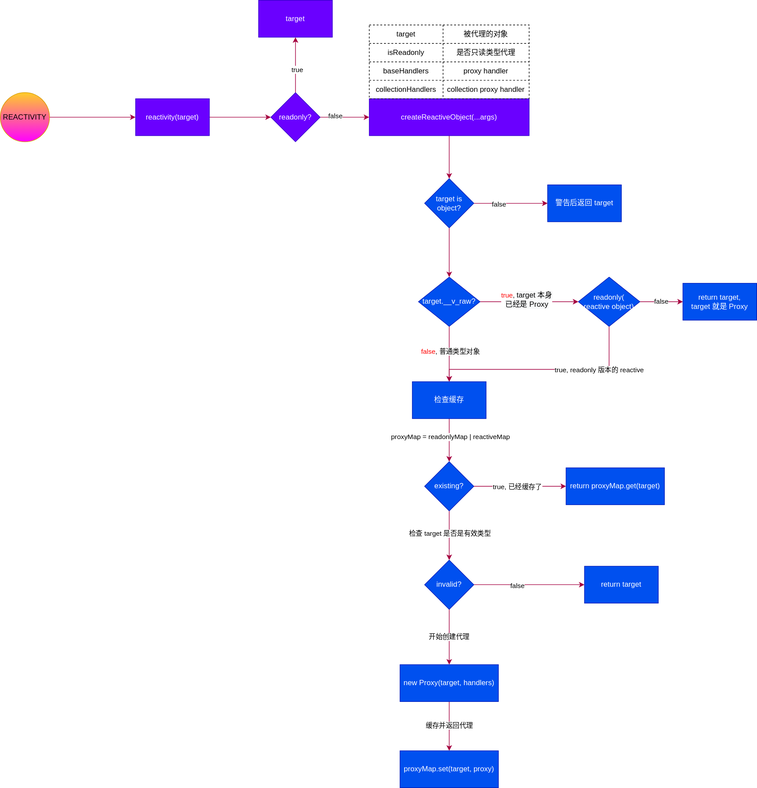
The draw.io diagram static/img/vue3/reactivity/reactivity.svg in gcclll/cheng92.com, before a commit. Source tidied: cells renumbered, new cells last; positions are measured from the earlier drawing's top-left corner, leaving out a move shared by most shapes.
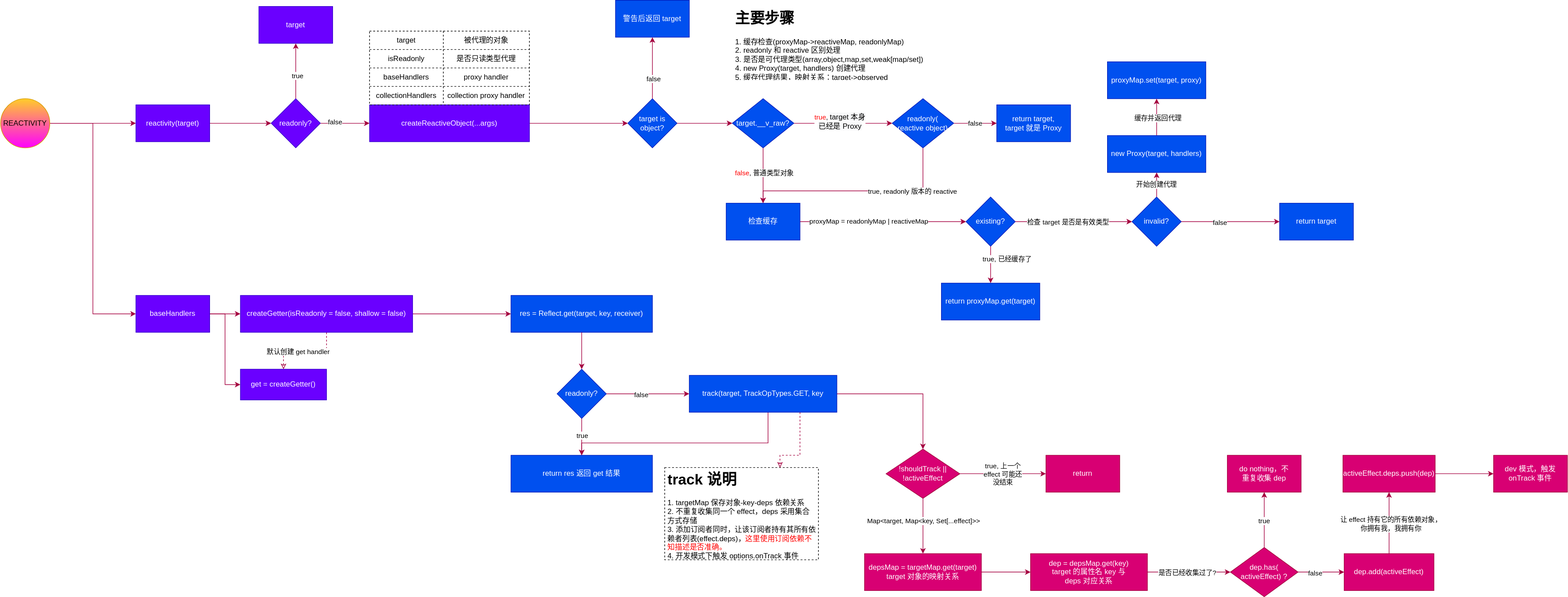
Later version of the same file.

Diff of the diagram source:
```diff
@@ -1,10 +1,13 @@
-<mxGraphModel>
+<mxGraphModel background="#ffffff">
   <root>
     <mxCell id="0" />
     <mxCell id="1" parent="0" />
     <mxCell id="2" style="edgeStyle=orthogonalEdgeStyle;rounded=0;jettySize=auto;html=1;fillColor=#d80073;strokeColor=#A50040;" parent="1" edge="1" source="3" target="5">
       <mxGeometry relative="1" as="geometry" />
     </mxCell>
+    <mxCell id="60" style="edgeStyle=orthogonalEdgeStyle;rounded=0;jettySize=auto;html=1;exitX=1;exitY=0.5;exitDx=0;exitDy=0;entryX=0;entryY=0.5;entryDx=0;entryDy=0;strokeColor=#A50040;fillColor=#d80073;" parent="1" edge="1" source="3" target="63">
+      <mxGeometry relative="1" as="geometry" />
+    </mxCell>
     <mxCell id="3" value="REACTIVITY" style="ellipse;whiteSpace=wrap;html=1;fillColor=#ffcd28;strokeColor=#d79b00;gradientColor=#FF00FF;" parent="1" vertex="1">
       <mxGeometry y="150" width="80" height="80" as="geometry" />
     </mxCell>
@@ -14,6 +17,15 @@
     <mxCell id="5" value="reactivity(target)" style="whiteSpace=wrap;html=1;strokeColor=#3700CC;fillColor=#6a00ff;fontColor=#ffffff;" parent="1" vertex="1">
       <mxGeometry x="220" y="160" width="120" height="60" as="geometry" />
     </mxCell>
+    <mxCell id="61" style="edgeStyle=orthogonalEdgeStyle;rounded=0;jettySize=auto;html=1;strokeColor=#A50040;fillColor=#d80073;" parent="1" edge="1" source="63" target="68">
+      <mxGeometry relative="1" as="geometry" />
+    </mxCell>
+    <mxCell id="62" style="edgeStyle=orthogonalEdgeStyle;rounded=0;jettySize=auto;html=1;exitX=1;exitY=0.5;exitDx=0;exitDy=0;entryX=0;entryY=0.5;entryDx=0;entryDy=0;strokeColor=#A50040;fillColor=#d80073;" parent="1" edge="1" source="63" target="69">
+      <mxGeometry relative="1" as="geometry" />
+    </mxCell>
+    <mxCell id="63" value="baseHandlers" style="whiteSpace=wrap;html=1;strokeColor=#3700CC;fillColor=#6a00ff;fontColor=#ffffff;" parent="1" vertex="1">
+      <mxGeometry x="220" y="470" width="120" height="60" as="geometry" />
+    </mxCell>
     <mxCell id="6" style="edgeStyle=orthogonalEdgeStyle;rounded=0;jettySize=auto;html=1;strokeColor=#A50040;fillColor=#d80073;" parent="1" edge="1" source="10" target="11">
       <mxGeometry relative="1" as="geometry" />
     </mxCell>
@@ -87,11 +99,8 @@
       <mxGeometry relative="1" as="geometry" />
     </mxCell>
     <mxCell id="30" value="target is object?" style="rhombus;whiteSpace=wrap;html=1;fontColor=#ffffff;strokeColor=#001DBC;fillColor=#0050ef;" parent="1" vertex="1">
-      <mxGeometry x="690" y="290" width="80" height="80" as="geometry" />
+      <mxGeometry x="1020" y="150" width="80" height="80" as="geometry" />
     </mxCell>
-    <mxCell id="31" value="警告后返回 target" style="whiteSpace=wrap;html=1;fontColor=#ffffff;strokeColor=#001DBC;fillColor=#0050ef;" parent="1" vertex="1">
-      <mxGeometry x="890" y="300" width="120" height="60" as="geometry" />
-    </mxCell>
     <mxCell id="32" style="edgeStyle=orthogonalEdgeStyle;rounded=0;jettySize=auto;html=1;strokeColor=#A50040;fillColor=#d80073;entryX=0;entryY=0.5;entryDx=0;entryDy=0;" parent="1" edge="1" source="36" target="40">
       <mxGeometry relative="1" as="geometry" />
     </mxCell>
@@ -105,7 +114,7 @@
       <mxGeometry x="-0.11" y="1" relative="1" as="geometry" />
     </mxCell>
     <mxCell id="36" value="target.__v_raw?" style="rhombus;whiteSpace=wrap;html=1;fontColor=#ffffff;strokeColor=#001DBC;fillColor=#0050ef;" parent="1" vertex="1">
-      <mxGeometry x="680" y="450" width="100" height="80" as="geometry" />
+      <mxGeometry x="1190" y="150" width="100" height="80" as="geometry" />
     </mxCell>
     <mxCell id="37" value="false" style="edgeStyle=orthogonalEdgeStyle;rounded=0;jettySize=auto;html=1;strokeColor=#A50040;fillColor=#d80073;" parent="1" edge="1" source="40" target="41">
       <mxGeometry relative="1" as="geometry" />
@@ -113,8 +122,8 @@
     <mxCell id="38" style="edgeStyle=orthogonalEdgeStyle;rounded=0;jettySize=auto;html=1;strokeColor=#A50040;fillColor=#d80073;" parent="1" edge="1" source="40" target="44">
       <mxGeometry relative="1" as="geometry">
         <Array as="points">
-          <mxPoint x="990" y="600" />
-          <mxPoint x="730" y="600" />
+          <mxPoint x="1500" y="300" />
+          <mxPoint x="1240" y="300" />
         </Array>
       </mxGeometry>
     </mxCell>
@@ -124,10 +133,10 @@
       </mxGeometry>
     </mxCell>
     <mxCell id="40" value="readonly(&lt;br&gt;reactive object)" style="rhombus;whiteSpace=wrap;html=1;fontColor=#ffffff;strokeColor=#001DBC;fillColor=#0050ef;" parent="1" vertex="1">
-      <mxGeometry x="940" y="450" width="100" height="80" as="geometry" />
+      <mxGeometry x="1450" y="150" width="100" height="80" as="geometry" />
     </mxCell>
     <mxCell id="41" value="return target,&lt;br&gt;target 就是 Proxy" style="whiteSpace=wrap;html=1;fontColor=#ffffff;strokeColor=#001DBC;fillColor=#0050ef;" parent="1" vertex="1">
-      <mxGeometry x="1110" y="460" width="120" height="60" as="geometry" />
+      <mxGeometry x="1620" y="160" width="120" height="60" as="geometry" />
     </mxCell>
     <mxCell id="42" style="edgeStyle=orthogonalEdgeStyle;rounded=0;jettySize=auto;html=1;strokeColor=#A50040;fillColor=#d80073;" parent="1" edge="1" source="44" target="49">
       <mxGeometry relative="1" as="geometry" />
@@ -136,7 +145,7 @@
       <mxGeometry x="-0.17" y="1" relative="1" as="geometry" />
     </mxCell>
     <mxCell id="44" value="检查缓存" style="whiteSpace=wrap;html=1;fontColor=#ffffff;strokeColor=#001DBC;fillColor=#0050ef;" parent="1" vertex="1">
-      <mxGeometry x="670" y="620" width="120" height="60" as="geometry" />
+      <mxGeometry x="1180" y="320" width="120" height="60" as="geometry" />
     </mxCell>
     <mxCell id="45" style="edgeStyle=orthogonalEdgeStyle;rounded=0;jettySize=auto;html=1;strokeColor=#A50040;fillColor=#d80073;" parent="1" edge="1" source="49" target="50">
       <mxGeometry relative="1" as="geometry" />
@@ -153,10 +162,10 @@
       <mxGeometry x="-0.1" relative="1" as="geometry" />
     </mxCell>
     <mxCell id="49" value="existing?" style="rhombus;whiteSpace=wrap;html=1;fontColor=#ffffff;strokeColor=#001DBC;fillColor=#0050ef;" parent="1" vertex="1">
-      <mxGeometry x="690" y="750" width="80" height="80" as="geometry" />
+      <mxGeometry x="1570" y="310" width="80" height="80" as="geometry" />
     </mxCell>
     <mxCell id="50" value="return proxyMap.get(target)" style="whiteSpace=wrap;html=1;fontColor=#ffffff;strokeColor=#001DBC;fillColor=#0050ef;" parent="1" vertex="1">
-      <mxGeometry x="920" y="760" width="160" height="60" as="geometry" />
+      <mxGeometry x="1530" y="450" width="160" height="60" as="geometry" />
     </mxCell>
     <mxCell id="51" style="edgeStyle=orthogonalEdgeStyle;rounded=0;jettySize=auto;html=1;strokeColor=#A50040;fillColor=#d80073;" parent="1" edge="1" source="54" target="55">
       <mxGeometry relative="1" as="geometry" />
@@ -168,10 +177,10 @@
       <mxGeometry relative="1" as="geometry" />
     </mxCell>
     <mxCell id="54" value="invalid?" style="rhombus;whiteSpace=wrap;html=1;fontColor=#ffffff;strokeColor=#001DBC;fillColor=#0050ef;" parent="1" vertex="1">
-      <mxGeometry x="690" y="910" width="80" height="80" as="geometry" />
+      <mxGeometry x="1840" y="310" width="80" height="80" as="geometry" />
     </mxCell>
     <mxCell id="55" value="return target" style="whiteSpace=wrap;html=1;fontColor=#ffffff;strokeColor=#001DBC;fillColor=#0050ef;" parent="1" vertex="1">
-      <mxGeometry x="950" y="920" width="120" height="60" as="geometry" />
+      <mxGeometry x="2080" y="320" width="120" height="60" as="geometry" />
     </mxCell>
     <mxCell id="56" style="edgeStyle=orthogonalEdgeStyle;rounded=0;jettySize=auto;html=1;strokeColor=#A50040;fillColor=#d80073;" parent="1" edge="1" source="58" target="59">
       <mxGeometry relative="1" as="geometry" />
@@ -180,10 +189,153 @@
       <mxGeometry x="-0.05" y="-1" relative="1" as="geometry" />
     </mxCell>
     <mxCell id="58" value="new Proxy(target, handlers)" style="whiteSpace=wrap;html=1;fontColor=#ffffff;strokeColor=#001DBC;fillColor=#0050ef;" parent="1" vertex="1">
-      <mxGeometry x="650" y="1080" width="160" height="60" as="geometry" />
+      <mxGeometry x="1800" y="210" width="160" height="60" as="geometry" />
     </mxCell>
     <mxCell id="59" value="proxyMap.set(target, proxy)" style="whiteSpace=wrap;html=1;fontColor=#ffffff;strokeColor=#001DBC;fillColor=#0050ef;" parent="1" vertex="1">
-      <mxGeometry x="650" y="1220" width="160" height="60" as="geometry" />
+      <mxGeometry x="1800" y="90" width="160" height="60" as="geometry" />
     </mxCell>
+    <mxCell id="31" value="警告后返回 target" style="whiteSpace=wrap;html=1;fontColor=#ffffff;strokeColor=#001DBC;fillColor=#0050ef;" parent="1" vertex="1">
+      <mxGeometry x="1000" y="-10" width="120" height="60" as="geometry" />
+    </mxCell>
+    <mxCell id="64" value="&lt;h1&gt;主要步骤&lt;/h1&gt;&lt;div&gt;1. 缓存检查(proxyMap-&amp;gt;reactiveMap, readonlyMap)&lt;br&gt;2. readonly 和 reactive 区别处理&lt;br&gt;3. 是否是可代理类型(array,object,map,set,weak[map/set])&lt;/div&gt;&lt;div&gt;4. new Proxy(target, handlers) 创建代理&lt;br&gt;5. 缓存代理结果，映射关系：target-&amp;gt;observed&lt;/div&gt;" style="text;html=1;strokeColor=none;fillColor=none;spacing=5;spacingTop=-20;whiteSpace=wrap;overflow=hidden;rounded=0;dashed=1;" parent="1" vertex="1">
+      <mxGeometry x="1190" width="320" height="120" as="geometry" />
+    </mxCell>
+    <mxCell id="65" style="edgeStyle=orthogonalEdgeStyle;rounded=0;jettySize=auto;html=1;strokeColor=#A50040;fillColor=#d80073;dashed=1;endArrow=classic;endFill=0;" parent="1" edge="1" source="68" target="69">
+      <mxGeometry relative="1" as="geometry" />
+    </mxCell>
+    <mxCell id="66" value="默认创建 get handler" style="edgeLabel;html=1;align=center;verticalAlign=middle;" parent="65" vertex="1">
+      <mxGeometry x="0.17" y="1" relative="1" as="geometry" />
+    </mxCell>
+    <mxCell id="67" style="edgeStyle=orthogonalEdgeStyle;rounded=0;jettySize=auto;html=1;endArrow=classic;endFill=1;strokeColor=#A50040;fillColor=#d80073;" parent="1" edge="1" source="68" target="72">
+      <mxGeometry relative="1" as="geometry" />
+    </mxCell>
+    <mxCell id="68" value="createGetter(isReadonly = false, shallow = false)" style="whiteSpace=wrap;html=1;fontColor=#ffffff;strokeColor=#3700CC;fillColor=#6a00ff;" parent="1" vertex="1">
+      <mxGeometry x="390" y="470" width="280" height="60" as="geometry" />
+    </mxCell>
+    <mxCell id="69" value="get = createGetter()" style="whiteSpace=wrap;html=1;fontColor=#ffffff;strokeColor=#3700CC;fillColor=#6a00ff;" parent="1" vertex="1">
+      <mxGeometry x="390" y="590" width="140" height="50" as="geometry" />
+    </mxCell>
+    <mxCell id="70" style="edgeStyle=orthogonalEdgeStyle;rounded=0;jettySize=auto;html=1;endArrow=classic;endFill=1;strokeColor=#A50040;fillColor=#d80073;" parent="1" edge="1" source="76" target="73">
+      <mxGeometry relative="1" as="geometry" />
+    </mxCell>
+    <mxCell id="71" value="true" style="edgeLabel;html=1;align=center;verticalAlign=middle;" parent="70" vertex="1">
+      <mxGeometry x="-0.1" relative="1" as="geometry" />
+    </mxCell>
+    <mxCell id="72" value="res = Reflect.get(target, key, receiver)" style="whiteSpace=wrap;html=1;fontColor=#ffffff;strokeColor=#001DBC;fillColor=#0050ef;" parent="1" vertex="1">
+      <mxGeometry x="830" y="470" width="230" height="60" as="geometry" />
+    </mxCell>
+    <mxCell id="73" value="return res 返回 get 结果" style="whiteSpace=wrap;html=1;fontColor=#ffffff;strokeColor=#001DBC;fillColor=#0050ef;" parent="1" vertex="1">
+      <mxGeometry x="830" y="730" width="230" height="60" as="geometry" />
+    </mxCell>
+    <mxCell id="74" style="edgeStyle=orthogonalEdgeStyle;rounded=0;jettySize=auto;html=1;fillColor=#d80073;strokeColor=#A50040;" parent="1" edge="1" source="76" target="81">
+      <mxGeometry relative="1" as="geometry" />
+    </mxCell>
+    <mxCell id="75" value="false" style="edgeLabel;html=1;align=center;verticalAlign=middle;" parent="74" vertex="1">
+      <mxGeometry x="-0.17" y="-1" relative="1" as="geometry" />
+    </mxCell>
+    <mxCell id="76" value="readonly?" style="rhombus;whiteSpace=wrap;html=1;fillColor=#0050ef;strokeColor=#001DBC;fontColor=#ffffff;" parent="1" vertex="1">
+      <mxGeometry x="905" y="590" width="80" height="80" as="geometry" />
+    </mxCell>
+    <mxCell id="77" style="edgeStyle=orthogonalEdgeStyle;rounded=0;jettySize=auto;html=1;endArrow=classic;endFill=1;strokeColor=#A50040;fillColor=#d80073;" parent="1" edge="1" source="72" target="76">
+      <mxGeometry relative="1" as="geometry" />
+    </mxCell>
+    <mxCell id="78" style="edgeStyle=orthogonalEdgeStyle;rounded=0;jettySize=auto;html=1;fillColor=#d80073;strokeColor=#A50040;" parent="1" edge="1" source="81" target="73">
+      <mxGeometry relative="1" as="geometry">
+        <Array as="points">
+          <mxPoint x="1248" y="710" />
+          <mxPoint x="945" y="710" />
+        </Array>
+      </mxGeometry>
+    </mxCell>
+    <mxCell id="79" style="edgeStyle=orthogonalEdgeStyle;rounded=0;jettySize=auto;html=1;endFill=1;strokeColor=#A50040;fillColor=#d80073;" parent="1" edge="1" source="81" target="86">
+      <mxGeometry relative="1" as="geometry" />
+    </mxCell>
+    <mxCell id="80" style="edgeStyle=orthogonalEdgeStyle;rounded=0;jettySize=auto;html=1;exitX=0.75;exitY=1;exitDx=0;exitDy=0;endFill=0;strokeColor=#A50040;fillColor=#d80073;dashed=1;endArrow=classic;entryX=0.75;entryY=0;entryDx=0;entryDy=0;" parent="1" edge="1" source="81" target="105">
+      <mxGeometry relative="1" as="geometry">
+        <Array as="points">
+          <mxPoint x="1300" y="730" />
+          <mxPoint x="1267" y="730" />
+        </Array>
+      </mxGeometry>
+    </mxCell>
+    <mxCell id="81" value="track(target, TrackOpTypes.GET, key" style="whiteSpace=wrap;html=1;fontColor=#ffffff;strokeColor=#001DBC;fillColor=#0050ef;" parent="1" vertex="1">
+      <mxGeometry x="1120" y="600" width="240" height="60" as="geometry" />
+    </mxCell>
+    <mxCell id="82" style="edgeStyle=orthogonalEdgeStyle;rounded=0;jettySize=auto;html=1;endFill=1;strokeColor=#A50040;fillColor=#d80073;" parent="1" edge="1" source="86" target="87">
+      <mxGeometry relative="1" as="geometry" />
+    </mxCell>
+    <mxCell id="83" value="true, 上一个&lt;br&gt;effect 可能还&lt;br&gt;没结束" style="edgeLabel;html=1;align=center;verticalAlign=middle;" parent="82" vertex="1">
+      <mxGeometry x="-0.28" y="-3" relative="1" as="geometry">
+        <mxPoint x="19" y="-3" as="offset" />
+      </mxGeometry>
+    </mxCell>
+    <mxCell id="84" style="edgeStyle=orthogonalEdgeStyle;rounded=0;jettySize=auto;html=1;endFill=1;strokeColor=#A50040;fillColor=#d80073;" parent="1" edge="1" source="86" target="89">
+      <mxGeometry relative="1" as="geometry" />
+    </mxCell>
+    <mxCell id="85" value="Map&amp;lt;target, Map&amp;lt;key, Set[...effect]&amp;gt;&amp;gt;" style="edgeLabel;html=1;align=center;verticalAlign=middle;" parent="84" vertex="1">
+      <mxGeometry x="-0.2" relative="1" as="geometry" />
+    </mxCell>
+    <mxCell id="86" value="!shouldTrack || !activeEffect" style="rhombus;whiteSpace=wrap;html=1;fontColor=#ffffff;strokeColor=#A50040;fillColor=#d80073;" parent="1" vertex="1">
+      <mxGeometry x="1440" y="720" width="120" height="80" as="geometry" />
+    </mxCell>
+    <mxCell id="87" value="return" style="whiteSpace=wrap;html=1;fontColor=#ffffff;strokeColor=#A50040;fillColor=#d80073;" parent="1" vertex="1">
+      <mxGeometry x="1700" y="730" width="120" height="60" as="geometry" />
+    </mxCell>
+    <mxCell id="88" style="edgeStyle=orthogonalEdgeStyle;rounded=0;jettySize=auto;html=1;endFill=1;strokeColor=#A50040;fillColor=#d80073;" parent="1" edge="1" source="89" target="92">
+      <mxGeometry relative="1" as="geometry" />
+    </mxCell>
+    <mxCell id="89" value="depsMap = targetMap.get(target)&lt;br&gt;target 对象的映射关系" style="whiteSpace=wrap;html=1;fontColor=#ffffff;strokeColor=#A50040;fillColor=#d80073;" parent="1" vertex="1">
+      <mxGeometry x="1405" y="890" width="190" height="60" as="geometry" />
+    </mxCell>
+    <mxCell id="90" style="edgeStyle=orthogonalEdgeStyle;rounded=0;jettySize=auto;html=1;endFill=1;strokeColor=#A50040;fillColor=#d80073;" parent="1" edge="1" source="92" target="97">
+      <mxGeometry relative="1" as="geometry" />
+    </mxCell>
+    <mxCell id="91" value="是否已经收集过了?" style="edgeLabel;html=1;align=center;verticalAlign=middle;" parent="90" vertex="1">
+      <mxGeometry x="-0.16" y="1" relative="1" as="geometry">
+        <mxPoint x="8" y="1" as="offset" />
+      </mxGeometry>
+    </mxCell>
+    <mxCell id="92" value="dep = depsMap.get(key)&lt;br&gt;target 的属性名 key 与 &lt;br&gt;deps 对应关系" style="whiteSpace=wrap;html=1;fontColor=#ffffff;strokeColor=#A50040;fillColor=#d80073;" parent="1" vertex="1">
+      <mxGeometry x="1675" y="890" width="190" height="60" as="geometry" />
+    </mxCell>
+    <mxCell id="93" style="edgeStyle=orthogonalEdgeStyle;rounded=0;jettySize=auto;html=1;endFill=1;strokeColor=#A50040;fillColor=#d80073;" parent="1" edge="1" source="97" target="98">
+      <mxGeometry relative="1" as="geometry" />
+    </mxCell>
+    <mxCell id="94" value="true" style="edgeLabel;html=1;align=center;verticalAlign=middle;" parent="93" vertex="1">
+      <mxGeometry x="-0.02" y="1" relative="1" as="geometry" />
+    </mxCell>
+    <mxCell id="95" style="edgeStyle=orthogonalEdgeStyle;rounded=0;jettySize=auto;html=1;endFill=1;strokeColor=#A50040;fillColor=#d80073;" parent="1" edge="1" source="97" target="101">
+      <mxGeometry relative="1" as="geometry" />
+    </mxCell>
+    <mxCell id="96" value="false" style="edgeLabel;html=1;align=center;verticalAlign=middle;" parent="95" vertex="1">
+      <mxGeometry x="-0.28" y="-1" relative="1" as="geometry" />
+    </mxCell>
+    <mxCell id="97" value="dep.has(&lt;br&gt;activeEffect) ?" style="rhombus;whiteSpace=wrap;html=1;fontColor=#ffffff;strokeColor=#A50040;fillColor=#d80073;" parent="1" vertex="1">
+      <mxGeometry x="2000" y="880" width="110" height="80" as="geometry" />
+    </mxCell>
+    <mxCell id="98" value="do nothing，不&lt;br&gt;重复收集 dep" style="whiteSpace=wrap;html=1;fontColor=#ffffff;strokeColor=#A50040;fillColor=#d80073;" parent="1" vertex="1">
+      <mxGeometry x="1995" y="730" width="120" height="60" as="geometry" />
+    </mxCell>
+    <mxCell id="99" style="edgeStyle=orthogonalEdgeStyle;rounded=0;jettySize=auto;html=1;endFill=1;strokeColor=#A50040;fillColor=#d80073;" parent="1" edge="1" source="101" target="103">
+      <mxGeometry relative="1" as="geometry" />
+    </mxCell>
+    <mxCell id="100" value="让 effect 持有它的所有依赖对象，&lt;br&gt;你拥有我，我拥有你" style="edgeLabel;html=1;align=center;verticalAlign=middle;" parent="99" vertex="1">
+      <mxGeometry x="-0.04" y="-2" relative="1" as="geometry" />
+    </mxCell>
+    <mxCell id="101" value="dep.add(activeEffect)" style="whiteSpace=wrap;html=1;fontColor=#ffffff;strokeColor=#A50040;fillColor=#d80073;" parent="1" vertex="1">
+      <mxGeometry x="2185" y="890" width="146" height="60" as="geometry" />
+    </mxCell>
+    <mxCell id="102" style="edgeStyle=orthogonalEdgeStyle;rounded=0;jettySize=auto;html=1;endFill=1;strokeColor=#A50040;fillColor=#d80073;" parent="1" edge="1" source="103" target="104">
+      <mxGeometry relative="1" as="geometry" />
+    </mxCell>
+    <mxCell id="103" value="activeEffect.deps.push(dep)" style="whiteSpace=wrap;html=1;fontColor=#ffffff;strokeColor=#A50040;fillColor=#d80073;" parent="1" vertex="1">
+      <mxGeometry x="2183" y="730" width="150" height="60" as="geometry" />
+    </mxCell>
+    <mxCell id="104" value="dev 模式，触发 onTrack 事件" style="whiteSpace=wrap;html=1;fontColor=#ffffff;strokeColor=#A50040;fillColor=#d80073;" parent="1" vertex="1">
+      <mxGeometry x="2428" y="730" width="120" height="60" as="geometry" />
+    </mxCell>
+    <mxCell id="105" value="&lt;h1&gt;track 说明&lt;/h1&gt;&lt;div&gt;1. targetMap 保存对象-key-deps 依赖关系&lt;br&gt;2. 不重复收集同一个 effect，deps 采用集合方式存储&lt;/div&gt;&lt;div&gt;3. 添加订阅者同时，让该订阅者持有其所有依赖者列表(effect.deps)，&lt;font color=&quot;#ff0000&quot;&gt;这里使用订阅依赖不知描述是否准确。&lt;/font&gt;&lt;br&gt;4. 开发模式下触发 options.onTrack 事件&lt;/div&gt;" style="text;html=1;fillColor=none;spacing=5;spacingTop=-20;whiteSpace=wrap;overflow=hidden;rounded=0;strokeColor=#000000;dashed=1;" parent="1" vertex="1">
+      <mxGeometry x="1080" y="750" width="250" height="150" as="geometry" />
+    </mxCell>
   </root>
 </mxGraphModel>
```
